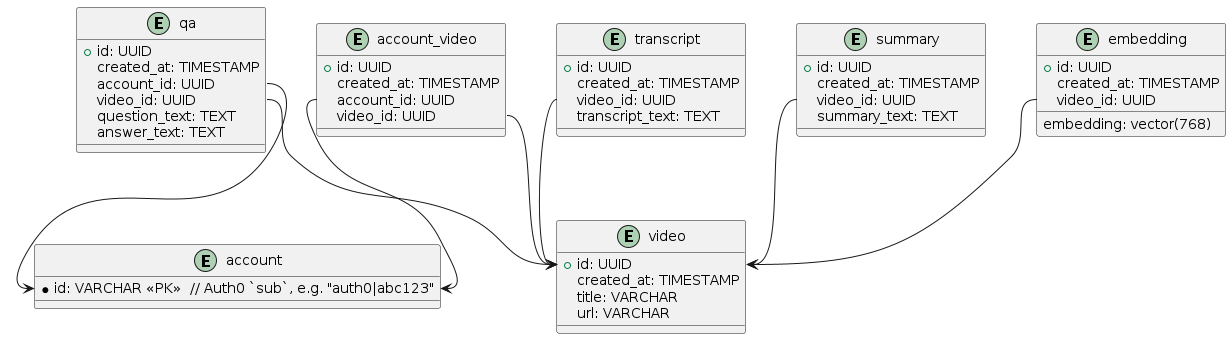
The PlantUML diagram docs/db_schema.png in vm1828/yt-assistant, before a commit.
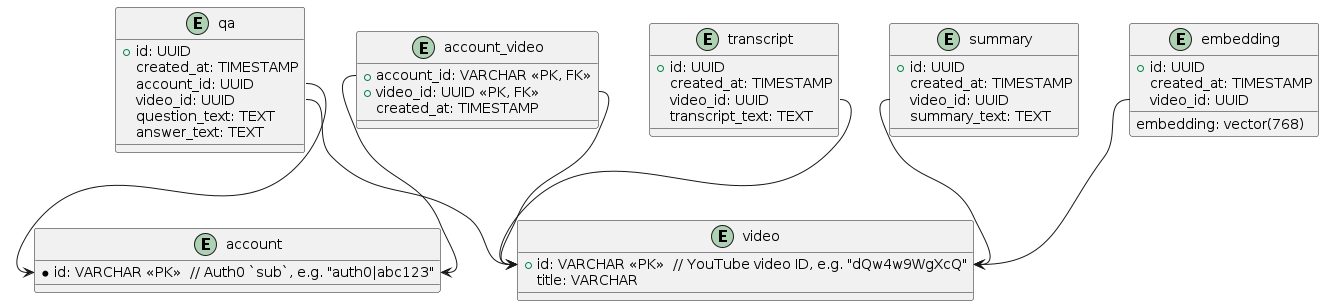
The same diagram one commit later.

Commit message:
feat(vid): add account_video and video models

Diff of the diagram source:
```diff
@@ -5,17 +5,14 @@
 }
 
 entity "video" {
-  +id: UUID
-  created_at: TIMESTAMP
+  +id: VARCHAR <<PK>>  // YouTube video ID, e.g. "dQw4w9WgXcQ"
   title: VARCHAR
-  url: VARCHAR
 }
 
 entity "account_video" {
-  +id: UUID
+  +account_id: VARCHAR <<PK, FK>>
+  +video_id: UUID <<PK, FK>>
   created_at: TIMESTAMP
-  account_id: UUID
-  video_id: UUID
 }
 
 entity "transcript" {
```
